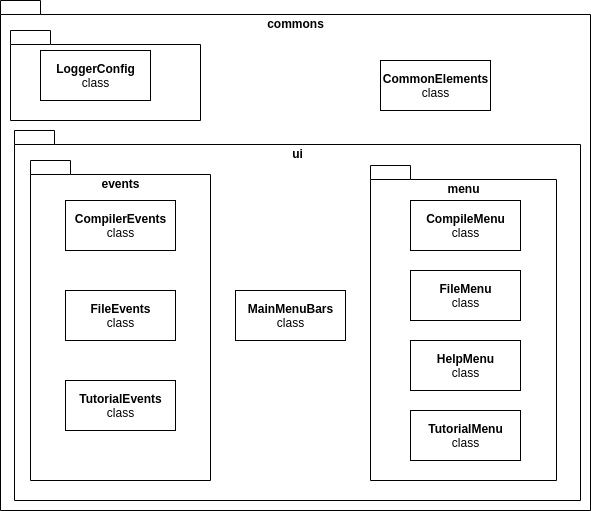
mihaipitu1/UTCN_Thesis_V2 keeps this draw.io diagram as 3. Documentation/Documentation & Sources/templateLaTeX-Eng/img/CommonsPackage.png. Above is the earlier version. Source tidied: cells renumbered, new cells last; positions are measured from the earlier drawing's top-left corner, leaving out a move shared by most shapes.
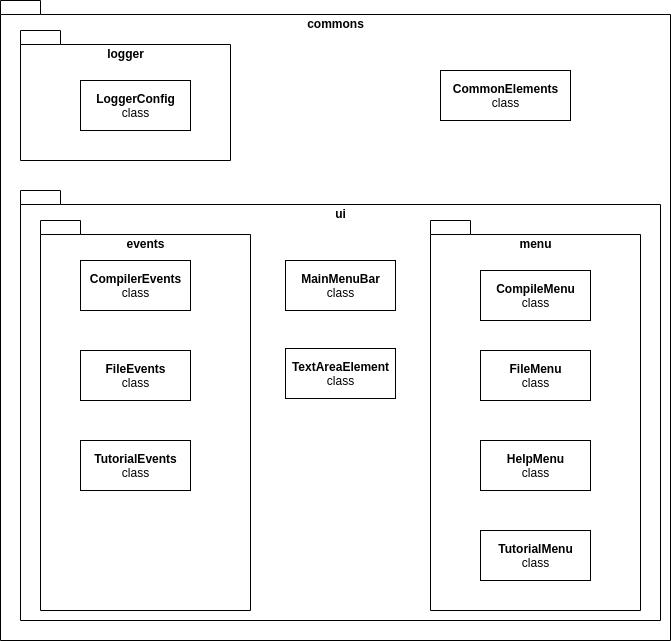
Later version of the same file.

Commit message:
Updated CommonsPackage diagram and Editor

What changed in the source:
```diff
@@ -1,51 +1,54 @@
-<mxGraphModel>
+<mxGraphModel background="#ffffff">
   <root>
     <mxCell id="0" />
     <mxCell id="1" parent="0" />
-    <mxCell id="2" value="commons" style="shape=folder;fontStyle=1;spacingTop=10;tabWidth=40;tabHeight=14;tabPosition=left;html=1;verticalAlign=top;" parent="1" vertex="1">
-      <mxGeometry width="590" height="510" as="geometry" />
-    </mxCell>
+    <mxCell id="17" value="commons" style="shape=folder;fontStyle=1;spacingTop=10;tabWidth=40;tabHeight=14;tabPosition=left;html=1;verticalAlign=top;" parent="1" vertex="1">
+      <mxGeometry x="-10" y="-40" width="670" height="640" as="geometry" />
+    </mxCell>
+    <mxCell id="18" value="logger" style="shape=folder;fontStyle=1;spacingTop=10;tabWidth=40;tabHeight=14;tabPosition=left;html=1;verticalAlign=top;" parent="1" vertex="1">
+      <mxGeometry x="10" y="-10" width="210" height="130" as="geometry" />
+    </mxCell>
     <mxCell id="3" value="ui" style="shape=folder;fontStyle=1;spacingTop=10;tabWidth=40;tabHeight=14;tabPosition=left;html=1;verticalAlign=top;" parent="1" vertex="1">
-      <mxGeometry x="14" y="130" width="566" height="370" as="geometry" />
+      <mxGeometry x="10" y="150" width="640" height="430" as="geometry" />
     </mxCell>
-    <mxCell id="4" value="commons" style="shape=folder;fontStyle=1;spacingTop=10;tabWidth=40;tabHeight=14;tabPosition=left;html=1;verticalAlign=top;" parent="1" vertex="1">
-      <mxGeometry x="10" y="30" width="190" height="90" as="geometry" />
-    </mxCell>
+    <mxCell id="6" value="menu" style="shape=folder;fontStyle=1;spacingTop=10;tabWidth=40;tabHeight=14;tabPosition=left;html=1;verticalAlign=top;" parent="1" vertex="1">
+      <mxGeometry x="420" y="180" width="210" height="390" as="geometry" />
+    </mxCell>
     <mxCell id="5" value="events" style="shape=folder;fontStyle=1;spacingTop=10;tabWidth=40;tabHeight=14;tabPosition=left;html=1;verticalAlign=top;" parent="1" vertex="1">
-      <mxGeometry x="30" y="160" width="180" height="320" as="geometry" />
+      <mxGeometry x="30" y="180" width="210" height="390" as="geometry" />
     </mxCell>
-    <mxCell id="6" value="menu" style="shape=folder;fontStyle=1;spacingTop=10;tabWidth=40;tabHeight=14;tabPosition=left;html=1;verticalAlign=top;" parent="1" vertex="1">
-      <mxGeometry x="370" y="165" width="186" height="315" as="geometry" />
-    </mxCell>
-    <mxCell id="7" value="LoggerConfig&lt;br&gt;&lt;span style=&quot;font-weight: normal&quot;&gt;class&lt;/span&gt;" style="html=1;fontStyle=1;" parent="1" vertex="1">
-      <mxGeometry x="40" y="50" width="110" height="50" as="geometry" />
-    </mxCell>
-    <mxCell id="8" value="MainMenuBars&lt;br&gt;&lt;span style=&quot;font-weight: normal&quot;&gt;class&lt;/span&gt;" style="html=1;fontStyle=1;" parent="1" vertex="1">
-      <mxGeometry x="235" y="290" width="110" height="50" as="geometry" />
-    </mxCell>
-    <mxCell id="9" value="CommonElements&lt;br&gt;&lt;span style=&quot;font-weight: normal&quot;&gt;class&lt;/span&gt;" style="html=1;fontStyle=1;" parent="1" vertex="1">
-      <mxGeometry x="380" y="60" width="110" height="50" as="geometry" />
-    </mxCell>
+    <mxCell id="11" value="&lt;b&gt;CompileMenu&lt;/b&gt;&lt;br&gt;class" style="html=1;" parent="1" vertex="1">
+      <mxGeometry x="470" y="230" width="110" height="50" as="geometry" />
+    </mxCell>
-    <mxCell id="10" value="FileMenu&lt;br&gt;&lt;span style=&quot;font-weight: normal&quot;&gt;class&lt;/span&gt;" style="html=1;fontStyle=1;" parent="1" vertex="1">
-      <mxGeometry x="410" y="270" width="110" height="50" as="geometry" />
+    <mxCell id="10" value="&lt;b&gt;FileMenu&lt;/b&gt;&lt;br&gt;class" style="html=1;" parent="1" vertex="1">
+      <mxGeometry x="470" y="310" width="110" height="50" as="geometry" />
     </mxCell>
-    <mxCell id="11" value="CompileMenu&lt;br&gt;&lt;span style=&quot;font-weight: normal&quot;&gt;class&lt;/span&gt;" style="html=1;fontStyle=1;" parent="1" vertex="1">
-      <mxGeometry x="410" y="200" width="110" height="50" as="geometry" />
-    </mxCell>
+    <mxCell id="15" value="&lt;b&gt;HelpMenu&lt;/b&gt;&lt;br&gt;class" style="html=1;" parent="1" vertex="1">
+      <mxGeometry x="470" y="400" width="110" height="50" as="geometry" />
+    </mxCell>
+    <mxCell id="16" value="&lt;b&gt;TutorialMenu&lt;/b&gt;&lt;br&gt;class" style="html=1;" parent="1" vertex="1">
+      <mxGeometry x="470" y="490" width="110" height="50" as="geometry" />
+    </mxCell>
-    <mxCell id="12" value="TutorialEvents&lt;br&gt;&lt;span style=&quot;font-weight: normal&quot;&gt;class&lt;/span&gt;" style="html=1;fontStyle=1;" parent="1" vertex="1">
-      <mxGeometry x="65" y="380" width="110" height="50" as="geometry" />
+    <mxCell id="12" value="&lt;b&gt;TutorialEvents&lt;/b&gt;&lt;br&gt;class" style="html=1;" parent="1" vertex="1">
+      <mxGeometry x="70" y="400" width="110" height="50" as="geometry" />
     </mxCell>
-    <mxCell id="13" value="FileEvents&lt;br&gt;&lt;span style=&quot;font-weight: normal&quot;&gt;class&lt;/span&gt;" style="html=1;fontStyle=1;" parent="1" vertex="1">
-      <mxGeometry x="65" y="290" width="110" height="50" as="geometry" />
+    <mxCell id="13" value="&lt;b&gt;FileEvents&lt;/b&gt;&lt;br&gt;class" style="html=1;" parent="1" vertex="1">
+      <mxGeometry x="70" y="310" width="110" height="50" as="geometry" />
     </mxCell>
-    <mxCell id="14" value="CompilerEvents&lt;br&gt;&lt;span style=&quot;font-weight: normal&quot;&gt;class&lt;/span&gt;" style="html=1;fontStyle=1;" parent="1" vertex="1">
-      <mxGeometry x="65" y="200" width="110" height="50" as="geometry" />
+    <mxCell id="14" value="&lt;b&gt;CompilerEvents&lt;/b&gt;&lt;br&gt;class" style="html=1;" parent="1" vertex="1">
+      <mxGeometry x="70" y="220" width="110" height="50" as="geometry" />
     </mxCell>
-    <mxCell id="15" value="HelpMenu&lt;br&gt;&lt;span style=&quot;font-weight: normal&quot;&gt;class&lt;/span&gt;" style="html=1;fontStyle=1;" parent="1" vertex="1">
-      <mxGeometry x="410" y="340" width="110" height="50" as="geometry" />
-    </mxCell>
-    <mxCell id="16" value="TutorialMenu&lt;br&gt;&lt;span style=&quot;font-weight: normal&quot;&gt;class&lt;/span&gt;" style="html=1;fontStyle=1;" parent="1" vertex="1">
-      <mxGeometry x="410" y="410" width="110" height="50" as="geometry" />
-    </mxCell>
+    <mxCell id="19" value="&lt;b&gt;TextAreaElement&lt;/b&gt;&lt;br&gt;class" style="html=1;" parent="1" vertex="1">
+      <mxGeometry x="275" y="308" width="110" height="50" as="geometry" />
+    </mxCell>
+    <mxCell id="20" value="&lt;b&gt;MainMenuBar&lt;/b&gt;&lt;br&gt;class" style="html=1;" parent="1" vertex="1">
+      <mxGeometry x="275" y="220" width="110" height="50" as="geometry" />
+    </mxCell>
+    <mxCell id="9" value="&lt;b&gt;CommonElements&lt;/b&gt;&lt;br&gt;class" style="html=1;" parent="1" vertex="1">
+      <mxGeometry x="430" y="30" width="130" height="50" as="geometry" />
+    </mxCell>
+    <mxCell id="7" value="&lt;b&gt;LoggerConfig&lt;/b&gt;&lt;br&gt;class" style="html=1;" parent="1" vertex="1">
+      <mxGeometry x="70" y="40" width="110" height="50" as="geometry" />
+    </mxCell>
   </root>
 </mxGraphModel>
```
